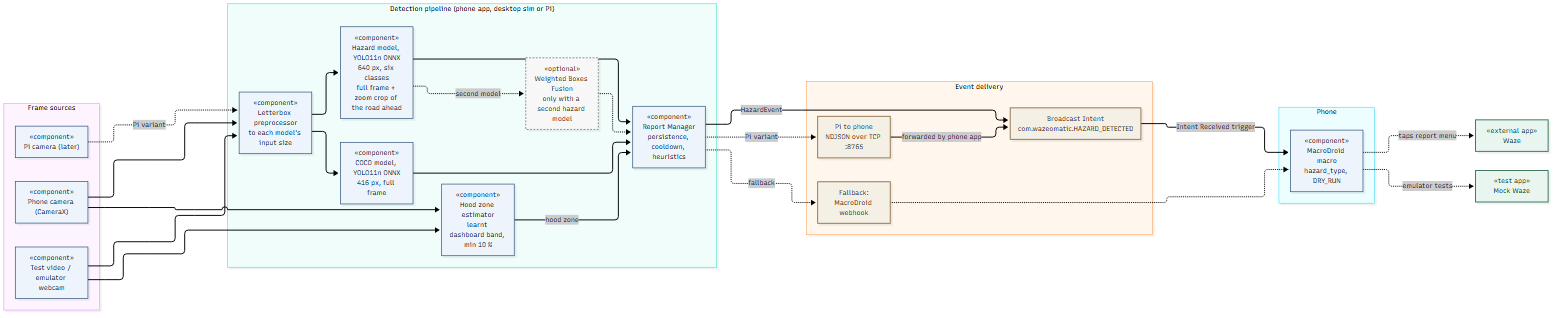
blakepennel/wazeomatic keeps this Mermaid diagram as docs/diagrams/01_component.png. Above is the earlier version. Its source is kept beside it as docs/diagrams/01_component.mmd.
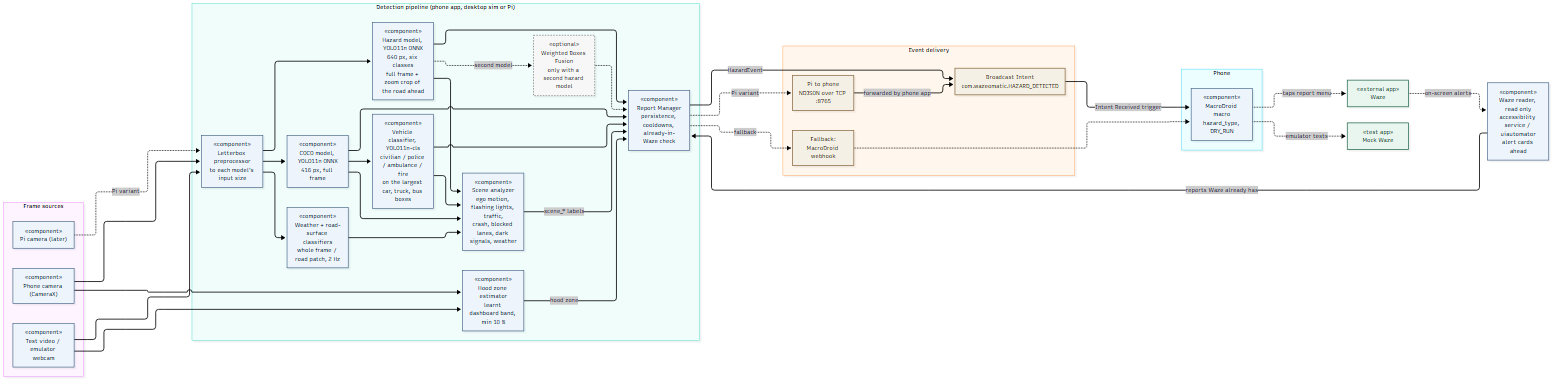
The same file after the commit.

Commit message:
Document every report type, the Waze reader and what was measured

Diff of the diagram source:
```diff
@@ -13,15 +13,28 @@
         Fuse["«optional»<br/>Weighted Boxes Fusion<br/>only with a second hazard model"]
         Coco["«component»<br/>COCO model, YOLO11n ONNX<br/>416 px, full frame"]
         Hood["«component»<br/>Hood zone estimator<br/>learnt dashboard band, min 10 %"]
-        RM["«component»<br/>Report Manager<br/>persistence, cooldown, heuristics"]
+        Veh["«component»<br/>Vehicle classifier, YOLO11n-cls<br/>civilian / police / ambulance / fire<br/>on the largest car, truck, bus boxes"]
+        Wx["«component»<br/>Weather + road-surface classifiers<br/>whole frame / road patch, 2 Hz"]
+        Scene["«component»<br/>Scene analyzer<br/>ego motion, flashing lights, traffic,<br/>crash, blocked lanes, dark signals, weather"]
+        RM["«component»<br/>Report Manager<br/>persistence, cooldowns, already-in-Waze check"]
         Prep --> Hazard
         Prep --> Coco
+        Prep --> Wx
         Hazard --> RM
         Hazard -. second model .-> Fuse
         Fuse -.-> RM
         Coco --> RM
+        Coco --> Veh
+        Veh --> RM
+        Veh --> Scene
+        Coco --> Scene
+        Hazard --> Scene
+        Wx --> Scene
+        Scene -->|scene_* labels| RM
         Hood -->|hood zone| RM
     end
+
+    Reader["«component»<br/>Waze reader, read only<br/>accessibility service / uiautomator<br/>alert cards ahead"]
 
     subgraph Delivery["Event delivery"]
         direction TB
@@ -51,12 +64,14 @@
     Hook -.-> Macro
     Macro -.->|taps report menu| Waze
     Macro -.->|emulator tests| Mock
+    Waze -.->|on-screen alerts| Reader
+    Reader -->|reports Waze already has| RM
 
     classDef component fill:#edf4fc,stroke:#35577d,color:#142a42,stroke-width:1.5px;
     classDef optional fill:#f7f7f7,stroke:#8a8a8a,color:#333333,stroke-dasharray: 4 3;
     classDef transport fill:#f5f0e6,stroke:#92754f,color:#453623;
     classDef external fill:#e9f5ef,stroke:#36755b,color:#173e2c;
-    class Cam,Vid,PiCam,Prep,Hazard,Coco,Hood,RM,Macro component;
+    class Cam,Vid,PiCam,Prep,Hazard,Coco,Hood,Veh,Wx,Scene,RM,Reader,Macro component;
     class Fuse optional;
     class Bcast,Tcp,Hook transport;
     class Waze,Mock external;
```
